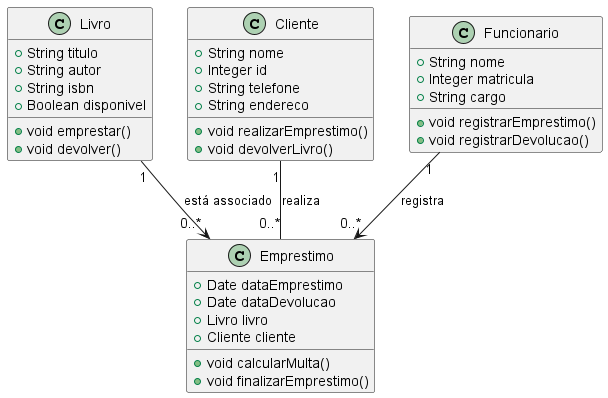
Before: analise_projeto_sistemas-2024.2/exercicio7/diagramas/Diagrama de Classe - Biblioteca.png, a diagram exported from PlantUML (kaylannesantos/ifpi).
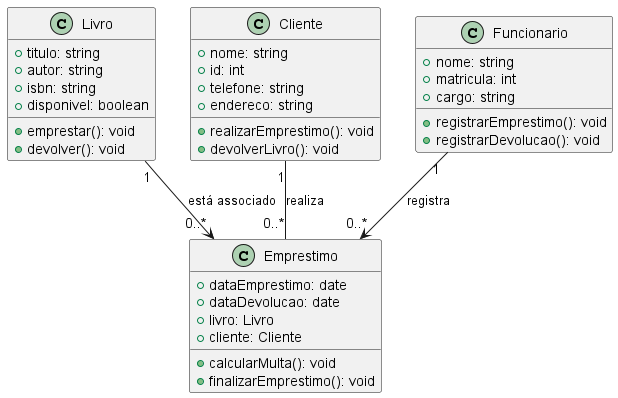
The same diagram one commit later.

Diff of the diagram source:
```diff
@@ -1,37 +1,38 @@
 @startuml Diagrama de Classe - Biblioteca
+
 class Livro {
-    + String titulo
-    + String autor
-    + String isbn
-    + Boolean disponivel
-    + void emprestar()
-    + void devolver()
+    + titulo: string
+    + autor: string
+    + isbn: string
+    + disponivel: boolean
+    + emprestar(): void
+    + devolver(): void
 }
 
 class Cliente {
-    + String nome
-    + Integer id
-    + String telefone
-    + String endereco
-    + void realizarEmprestimo()
-    + void devolverLivro()
+    + nome: string
+    + id: int
+    + telefone: string
+    + endereco: string
+    + realizarEmprestimo(): void
+    + devolverLivro(): void
 }
 
 class Emprestimo {
-    + Date dataEmprestimo
-    + Date dataDevolucao
-    + Livro livro
-    + Cliente cliente
-    + void calcularMulta()
-    + void finalizarEmprestimo()
+    + dataEmprestimo: date
+    + dataDevolucao: date
+    + livro: Livro
+    + cliente: Cliente
+    + calcularMulta(): void
+    + finalizarEmprestimo(): void
 }
 
 class Funcionario {
-    + String nome
-    + Integer matricula
-    + String cargo
-    + void registrarEmprestimo()
-    + void registrarDevolucao()
+    + nome: string
+    + matricula: int
+    + cargo: string
+    + registrarEmprestimo(): void
+    + registrarDevolucao(): void
 }
 
 Cliente "1" -- "0..*" Emprestimo : realiza
```
